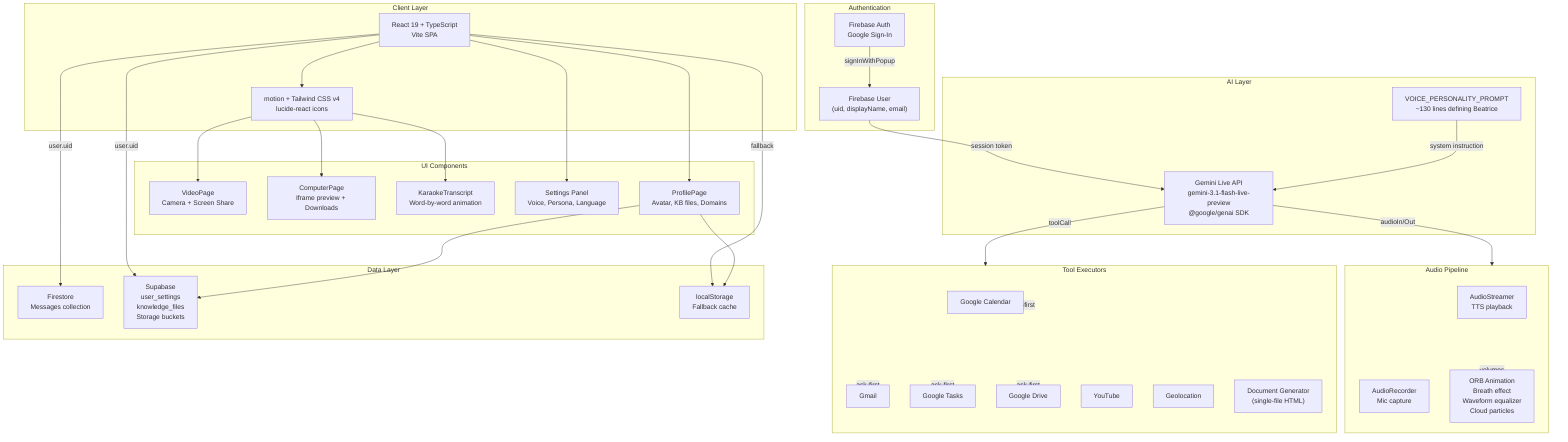
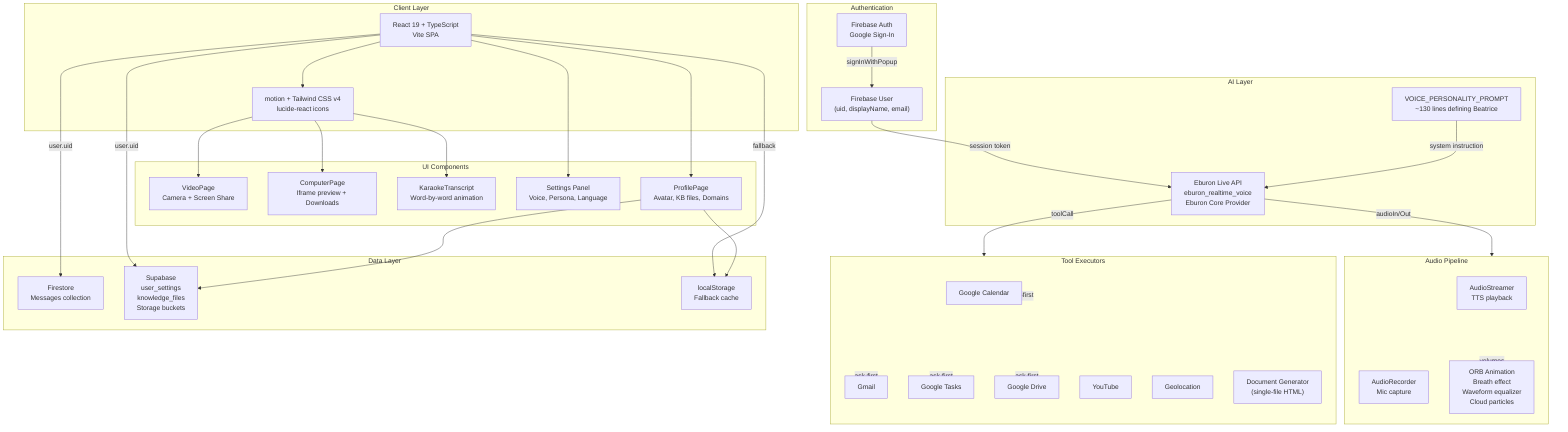
flowchart TB
    subgraph Client["Client Layer"]
        FE["React 19 + TypeScript\nVite SPA"]
        UI["motion + Tailwind CSS v4\nlucide-react icons"]
    end

    subgraph Auth["Authentication"]
        FA["Firebase Auth\nGoogle Sign-In"]
        FU["Firebase User\n(uid, displayName, email)"]
    end

    subgraph AI["AI Layer"]
-         GL["Gemini Live API\ngemini-3.1-flash-live-preview\n@google/genai SDK"]
+         GL["Eburon Live API\neburon_realtime_voice\nEburon Core Provider"]
        VP["VOICE_PERSONALITY_PROMPT\n~130 lines defining Beatrice"]
    end

    subgraph Audio["Audio Pipeline"]
        AS["AudioStreamer\nTTS playback"]
        AR["AudioRecorder\nMic capture"]
        AB["ORB Animation\nBreath effect\nWaveform equalizer\nCloud particles"]
    end

    subgraph Tools["Tool Executors"]
        GC["Google Calendar"]
        GM["Gmail"]
        GT["Google Tasks"]
        GD["Google Drive"]
        YT["YouTube"]
        GLoc["Geolocation"]
        Doc["Document Generator\n(single-file HTML)"]
    end

    subgraph Data["Data Layer"]
        FS["Firestore\nMessages collection"]
        SB["Supabase\nuser_settings\nknowledge_files\nStorage buckets"]
        LS["localStorage\nFallback cache"]
    end

    subgraph UI_Components["UI Components"]
        VPg["VideoPage\nCamera + Screen Share"]
        CP["ComputerPage\nIframe preview + Downloads"]
        KT["KaraokeTranscript\nWord-by-word animation"]
        SP["Settings Panel\nVoice, Persona, Language"]
        PP["ProfilePage\nAvatar, KB files, Domains"]
    end

    FA -->|signInWithPopup| FU
    FU -->|session token| GL
    FE -->|user.uid| FS
    FE -->|user.uid| SB
    FE -->|fallback| LS
    GL -->|toolCall| Tools
    Tools -->|ask-first| GC
    Tools -->|ask-first| GM
    Tools -->|ask-first| GT
    Tools -->|ask-first| GD
    GL -->|audioIn/Out| Audio
    Audio -->|volumes| AB
    VP -->|system instruction| GL
    FE --> UI
    UI --> VPg
    UI --> CP
    UI --> KT
    FE --> SP
    FE --> PP
    PP --> SB
    PP --> LS
